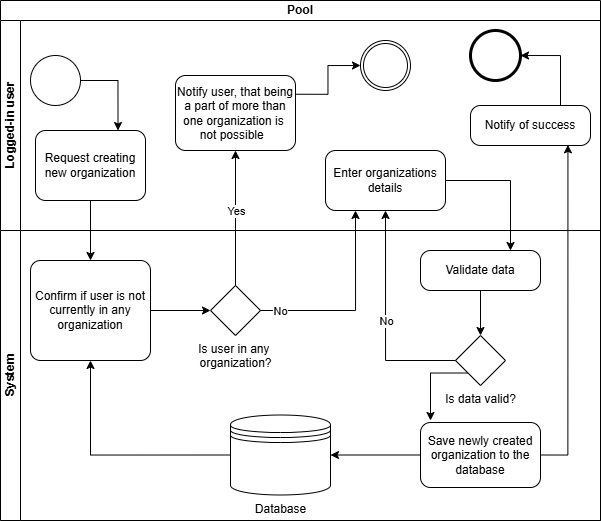
This is docs/pictures/create_organization_bpnm.drawio.png from DooMx3/Inzynierka, a draw.io export, as it was before one commit. Source tidied: cells renumbered, new cells last; positions are measured from the earlier drawing's top-left corner, leaving out a move shared by most shapes.
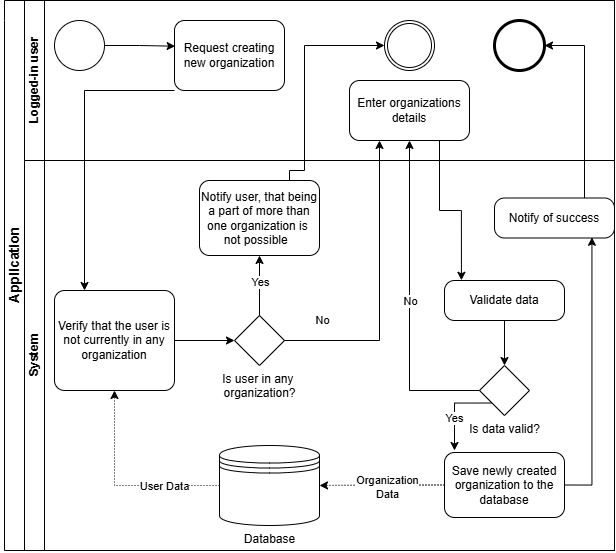
Later version of the same file.

Change to the diagram source:
```diff
@@ -2,83 +2,94 @@
   <root>
     <mxCell id="0" />
     <mxCell id="1" parent="0" />
-    <mxCell id="2" value="Pool" style="swimlane;html=1;horizontal=1;startSize=20;whiteSpace=wrap;" parent="1" vertex="1">
-      <mxGeometry width="600" height="520" as="geometry" />
+    <mxCell id="2" style="swimlane;html=1;horizontal=1;startSize=20;whiteSpace=wrap;" parent="1" vertex="1">
+      <mxGeometry width="590" height="570" as="geometry" />
     </mxCell>
     <mxCell id="3" value="Logged-in user" style="swimlane;html=1;startSize=20;horizontal=0;" parent="2" vertex="1">
-      <mxGeometry y="20" width="600" height="210" as="geometry" />
+      <mxGeometry y="20" width="590" height="160" as="geometry" />
     </mxCell>
-    <mxCell id="4" style="edgeStyle=orthogonalEdgeStyle;rounded=0;jettySize=auto;html=1;exitX=1;exitY=0.5;exitDx=0;exitDy=0;exitPerimeter=0;entryX=0.75;entryY=0;entryDx=0;entryDy=0;" parent="3" edge="1" source="5" target="7">
-      <mxGeometry relative="1" as="geometry" />
-    </mxCell>
     <mxCell id="5" style="points=[[0.145,0.145,0],[0.5,0,0],[0.855,0.145,0],[1,0.5,0],[0.855,0.855,0],[0.5,1,0],[0.145,0.855,0],[0,0.5,0]];shape=mxgraph.bpmn.event;html=1;verticalLabelPosition=bottom;labelBackgroundColor=#ffffff;verticalAlign=top;align=center;perimeter=ellipsePerimeter;outlineConnect=0;outline=standard;symbol=general;" parent="3" vertex="1">
-      <mxGeometry x="30" y="35" width="50" height="50" as="geometry" />
+      <mxGeometry x="30" y="20" width="50" height="50" as="geometry" />
     </mxCell>
     <mxCell id="6" style="points=[[0.145,0.145,0],[0.5,0,0],[0.855,0.145,0],[1,0.5,0],[0.855,0.855,0],[0.5,1,0],[0.145,0.855,0],[0,0.5,0]];shape=mxgraph.bpmn.event;html=1;verticalLabelPosition=bottom;labelBackgroundColor=#ffffff;verticalAlign=top;align=center;perimeter=ellipsePerimeter;outlineConnect=0;outline=end;symbol=terminate2;" parent="3" vertex="1">
-      <mxGeometry x="470" y="10" width="50" height="50" as="geometry" />
+      <mxGeometry x="470" y="20" width="50" height="50" as="geometry" />
     </mxCell>
     <mxCell id="7" value="Request creating new organization" style="rounded=1;whiteSpace=wrap;html=1;absoluteArcSize=1;arcSize=20;horizontal=1;" parent="3" vertex="1">
-      <mxGeometry x="35" y="110" width="110" height="70" as="geometry" />
+      <mxGeometry x="150" y="20" width="110" height="70" as="geometry" />
     </mxCell>
     <mxCell id="8" value="Enter organizations details" style="rounded=1;whiteSpace=wrap;html=1;absoluteArcSize=1;arcSize=20;horizontal=1;" parent="3" vertex="1">
-      <mxGeometry x="325" y="130" width="120" height="60" as="geometry" />
+      <mxGeometry x="325" y="80" width="120" height="60" as="geometry" />
     </mxCell>
     <mxCell id="9" style="points=[[0.145,0.145,0],[0.5,0,0],[0.855,0.145,0],[1,0.5,0],[0.855,0.855,0],[0.5,1,0],[0.145,0.855,0],[0,0.5,0]];shape=mxgraph.bpmn.event;html=1;verticalLabelPosition=bottom;labelBackgroundColor=#ffffff;verticalAlign=top;align=center;perimeter=ellipsePerimeter;outlineConnect=0;outline=throwing;symbol=general;" parent="3" vertex="1">
       <mxGeometry x="360" y="20" width="50" height="50" as="geometry" />
     </mxCell>
-    <mxCell id="10" value="Notify user, that being a part of more than one organization is&amp;nbsp; not possible&amp;nbsp;&amp;nbsp;" style="rounded=1;whiteSpace=wrap;html=1;absoluteArcSize=1;arcSize=20;horizontal=1;" parent="3" vertex="1">
-      <mxGeometry x="175" y="55" width="120" height="75" as="geometry" />
-    </mxCell>
-    <mxCell id="11" style="edgeStyle=orthogonalEdgeStyle;rounded=0;jettySize=auto;html=1;exitX=1;exitY=0.25;exitDx=0;exitDy=0;entryX=0;entryY=0.5;entryDx=0;entryDy=0;entryPerimeter=0;" parent="3" edge="1" source="10" target="9">
-      <mxGeometry relative="1" as="geometry" />
-    </mxCell>
-    <mxCell id="12" value="Notify of success" style="rounded=1;whiteSpace=wrap;html=1;absoluteArcSize=1;arcSize=20;horizontal=1;" parent="3" vertex="1">
-      <mxGeometry x="470" y="85" width="120" height="40" as="geometry" />
-    </mxCell>
-    <mxCell id="13" style="edgeStyle=orthogonalEdgeStyle;rounded=0;jettySize=auto;html=1;exitX=0.75;exitY=0;exitDx=0;exitDy=0;entryX=1;entryY=0.5;entryDx=0;entryDy=0;entryPerimeter=0;" parent="3" edge="1" source="12" target="6">
-      <mxGeometry relative="1" as="geometry" />
-    </mxCell>
+    <mxCell id="4" style="edgeStyle=orthogonalEdgeStyle;rounded=0;jettySize=auto;html=1;exitX=1;exitY=0.5;exitDx=0;exitDy=0;exitPerimeter=0;entryX=0.006;entryY=0.367;entryDx=0;entryDy=0;entryPerimeter=0;" parent="3" edge="1" source="5" target="7">
+      <mxGeometry relative="1" as="geometry" />
+    </mxCell>
     <mxCell id="14" value="System" style="swimlane;html=1;startSize=20;horizontal=0;" parent="2" vertex="1">
-      <mxGeometry y="230" width="600" height="290" as="geometry" />
+      <mxGeometry y="180" width="590" height="390" as="geometry" />
     </mxCell>
-    <mxCell id="15" value="Confirm if user is not currently in any organization" style="rounded=1;whiteSpace=wrap;html=1;absoluteArcSize=1;arcSize=20;horizontal=1;" parent="14" vertex="1">
-      <mxGeometry x="30" y="30" width="120" height="100" as="geometry" />
+    <mxCell id="15" value="Verify that the user is not currently in any organization" style="rounded=1;whiteSpace=wrap;html=1;absoluteArcSize=1;arcSize=20;horizontal=1;" parent="14" vertex="1">
+      <mxGeometry x="30" y="130" width="120" height="100" as="geometry" />
     </mxCell>
-    <mxCell id="16" style="edgeStyle=orthogonalEdgeStyle;rounded=0;jettySize=auto;html=1;exitX=0;exitY=0.5;exitDx=0;exitDy=0;entryX=0.5;entryY=1;entryDx=0;entryDy=0;" parent="14" edge="1" source="17" target="15">
+    <mxCell id="16" style="edgeStyle=orthogonalEdgeStyle;rounded=0;jettySize=auto;html=1;exitX=0;exitY=0.5;exitDx=0;exitDy=0;entryX=0.5;entryY=1;entryDx=0;entryDy=0;dashed=1;dashPattern=1 2;" parent="14" edge="1" source="17" target="15">
       <mxGeometry relative="1" as="geometry" />
     </mxCell>
+    <mxCell id="35" value="User Data" style="edgeLabel;html=1;align=center;verticalAlign=middle;" parent="16" vertex="1">
+      <mxGeometry x="-0.27" y="3" relative="1" as="geometry">
+        <mxPoint x="18" y="-3" as="offset" />
+      </mxGeometry>
+    </mxCell>
     <mxCell id="17" value="Database" style="shape=datastore;html=1;labelPosition=center;verticalLabelPosition=bottom;align=center;verticalAlign=top;" parent="14" vertex="1">
-      <mxGeometry x="230" y="184.5" width="100" height="80" as="geometry" />
+      <mxGeometry x="195" y="285" width="100" height="80" as="geometry" />
     </mxCell>
     <mxCell id="18" value="Is user in any&amp;nbsp;&lt;div&gt;organization?&lt;/div&gt;" style="points=[[0.25,0.25,0],[0.5,0,0],[0.75,0.25,0],[1,0.5,0],[0.75,0.75,0],[0.5,1,0],[0.25,0.75,0],[0,0.5,0]];shape=mxgraph.bpmn.gateway2;html=1;verticalLabelPosition=bottom;labelBackgroundColor=#ffffff;verticalAlign=top;align=center;perimeter=rhombusPerimeter;outlineConnect=0;outline=none;symbol=none;" parent="14" vertex="1">
-      <mxGeometry x="210" y="55" width="50" height="50" as="geometry" />
+      <mxGeometry x="210" y="155" width="50" height="50" as="geometry" />
     </mxCell>
     <mxCell id="19" style="edgeStyle=orthogonalEdgeStyle;rounded=0;jettySize=auto;html=1;exitX=1;exitY=0.5;exitDx=0;exitDy=0;entryX=0;entryY=0.5;entryDx=0;entryDy=0;entryPerimeter=0;" parent="14" edge="1" source="15" target="18">
       <mxGeometry relative="1" as="geometry" />
     </mxCell>
     <mxCell id="20" value="Validate data" style="rounded=1;whiteSpace=wrap;html=1;absoluteArcSize=1;arcSize=20;horizontal=1;" parent="14" vertex="1">
-      <mxGeometry x="420" y="20" width="120" height="40" as="geometry" />
+      <mxGeometry x="420" y="120" width="120" height="40" as="geometry" />
     </mxCell>
     <mxCell id="21" style="edgeStyle=orthogonalEdgeStyle;rounded=0;jettySize=auto;html=1;exitX=0.25;exitY=0.75;exitDx=0;exitDy=0;exitPerimeter=0;" parent="14" edge="1" source="22">
       <mxGeometry relative="1" as="geometry">
-        <mxPoint x="430" y="190" as="targetPoint" />
+        <mxPoint x="430" y="290" as="targetPoint" />
       </mxGeometry>
     </mxCell>
+    <mxCell id="36" value="Yes" style="edgeLabel;html=1;align=center;verticalAlign=middle;" parent="21" vertex="1">
+      <mxGeometry x="0.22" y="-1" relative="1" as="geometry" />
+    </mxCell>
     <mxCell id="22" value="Is data valid?" style="points=[[0.25,0.25,0],[0.5,0,0],[0.75,0.25,0],[1,0.5,0],[0.75,0.75,0],[0.5,1,0],[0.25,0.75,0],[0,0.5,0]];shape=mxgraph.bpmn.gateway2;html=1;verticalLabelPosition=bottom;labelBackgroundColor=#ffffff;verticalAlign=top;align=center;perimeter=rhombusPerimeter;outlineConnect=0;outline=none;symbol=none;" parent="14" vertex="1">
-      <mxGeometry x="455" y="105" width="50" height="50" as="geometry" />
+      <mxGeometry x="455" y="205" width="50" height="50" as="geometry" />
     </mxCell>
     <mxCell id="23" style="edgeStyle=orthogonalEdgeStyle;rounded=0;jettySize=auto;html=1;exitX=0.5;exitY=1;exitDx=0;exitDy=0;entryX=0.5;entryY=0;entryDx=0;entryDy=0;entryPerimeter=0;" parent="14" edge="1" source="20" target="22">
       <mxGeometry relative="1" as="geometry" />
     </mxCell>
-    <mxCell id="24" style="edgeStyle=orthogonalEdgeStyle;rounded=0;jettySize=auto;html=1;exitX=0;exitY=0.5;exitDx=0;exitDy=0;entryX=1;entryY=0.5;entryDx=0;entryDy=0;" parent="14" edge="1" source="25" target="17">
+    <mxCell id="24" style="edgeStyle=orthogonalEdgeStyle;rounded=0;jettySize=auto;html=1;exitX=0;exitY=0.5;exitDx=0;exitDy=0;entryX=1;entryY=0.5;entryDx=0;entryDy=0;dashed=1;dashPattern=1 2;" parent="14" edge="1" source="25" target="17">
       <mxGeometry relative="1" as="geometry" />
     </mxCell>
+    <mxCell id="37" value="Organization&lt;br&gt;Data" style="edgeLabel;html=1;align=center;verticalAlign=middle;" parent="24" vertex="1">
+      <mxGeometry x="-0.08" y="2" relative="1" as="geometry" />
+    </mxCell>
     <mxCell id="25" value="Save newly created organization to the database" style="rounded=1;whiteSpace=wrap;html=1;absoluteArcSize=1;arcSize=20;horizontal=1;" parent="14" vertex="1">
-      <mxGeometry x="420" y="192" width="120" height="65" as="geometry" />
+      <mxGeometry x="420" y="292" width="120" height="65" as="geometry" />
     </mxCell>
-    <mxCell id="26" style="edgeStyle=orthogonalEdgeStyle;rounded=0;jettySize=auto;html=1;exitX=0.5;exitY=1;exitDx=0;exitDy=0;entryX=0.5;entryY=0;entryDx=0;entryDy=0;" parent="2" edge="1" source="7" target="15">
-      <mxGeometry relative="1" as="geometry" />
-    </mxCell>
+    <mxCell id="10" value="Notify user, that being a part of more than one organization is&amp;nbsp; not possible&amp;nbsp;&amp;nbsp;" style="rounded=1;whiteSpace=wrap;html=1;absoluteArcSize=1;arcSize=20;horizontal=1;" parent="14" vertex="1">
+      <mxGeometry x="175" y="20" width="120" height="75" as="geometry" />
+    </mxCell>
+    <mxCell id="29" style="edgeStyle=orthogonalEdgeStyle;rounded=0;jettySize=auto;html=1;exitX=0.5;exitY=0;exitDx=0;exitDy=0;exitPerimeter=0;entryX=0.5;entryY=1;entryDx=0;entryDy=0;" parent="14" edge="1" source="18" target="10">
+      <mxGeometry relative="1" as="geometry" />
+    </mxCell>
+    <mxCell id="30" value="Yes" style="edgeLabel;html=1;align=center;verticalAlign=middle;" parent="29" vertex="1">
+      <mxGeometry x="0.11" relative="1" as="geometry" />
+    </mxCell>
+    <mxCell id="12" value="Notify of success" style="rounded=1;whiteSpace=wrap;html=1;absoluteArcSize=1;arcSize=20;horizontal=1;" parent="14" vertex="1">
+      <mxGeometry x="470" y="37.5" width="120" height="40" as="geometry" />
+    </mxCell>
+    <mxCell id="34" style="edgeStyle=orthogonalEdgeStyle;rounded=0;jettySize=auto;html=1;exitX=1;exitY=0.5;exitDx=0;exitDy=0;entryX=0.812;entryY=0.983;entryDx=0;entryDy=0;entryPerimeter=0;" parent="14" edge="1" source="25" target="12">
+      <mxGeometry relative="1" as="geometry" />
+    </mxCell>
     <mxCell id="27" style="edgeStyle=orthogonalEdgeStyle;rounded=0;jettySize=auto;html=1;exitX=1;exitY=0.5;exitDx=0;exitDy=0;exitPerimeter=0;entryX=0.25;entryY=1;entryDx=0;entryDy=0;" parent="2" edge="1" source="18" target="8">
       <mxGeometry relative="1" as="geometry" />
     </mxCell>
@@ -87,23 +98,38 @@
         <mxPoint x="-57" y="1" as="offset" />
       </mxGeometry>
     </mxCell>
-    <mxCell id="29" style="edgeStyle=orthogonalEdgeStyle;rounded=0;jettySize=auto;html=1;exitX=0.5;exitY=0;exitDx=0;exitDy=0;exitPerimeter=0;entryX=0.5;entryY=1;entryDx=0;entryDy=0;" parent="2" edge="1" source="18" target="10">
-      <mxGeometry relative="1" as="geometry" />
-    </mxCell>
-    <mxCell id="30" value="Yes" style="edgeLabel;html=1;align=center;verticalAlign=middle;" parent="29" vertex="1">
-      <mxGeometry x="0.11" relative="1" as="geometry" />
-    </mxCell>
-    <mxCell id="31" style="edgeStyle=orthogonalEdgeStyle;rounded=0;jettySize=auto;html=1;exitX=1;exitY=0.5;exitDx=0;exitDy=0;entryX=0.75;entryY=0;entryDx=0;entryDy=0;" parent="2" edge="1" source="8" target="20">
-      <mxGeometry relative="1" as="geometry" />
-    </mxCell>
     <mxCell id="32" style="edgeStyle=orthogonalEdgeStyle;rounded=0;jettySize=auto;html=1;exitX=0;exitY=0.5;exitDx=0;exitDy=0;exitPerimeter=0;entryX=0.5;entryY=1;entryDx=0;entryDy=0;" parent="2" edge="1" source="22" target="8">
       <mxGeometry relative="1" as="geometry" />
     </mxCell>
     <mxCell id="33" value="No" style="edgeLabel;html=1;align=center;verticalAlign=middle;" parent="32" vertex="1">
       <mxGeometry relative="1" as="geometry" />
     </mxCell>
-    <mxCell id="34" style="edgeStyle=orthogonalEdgeStyle;rounded=0;jettySize=auto;html=1;exitX=1;exitY=0.5;exitDx=0;exitDy=0;entryX=0.812;entryY=0.983;entryDx=0;entryDy=0;entryPerimeter=0;" parent="2" edge="1" source="25" target="12">
-      <mxGeometry relative="1" as="geometry" />
-    </mxCell>
+    <mxCell id="31" style="edgeStyle=orthogonalEdgeStyle;rounded=0;jettySize=auto;html=1;exitX=0.75;exitY=1;exitDx=0;exitDy=0;entryX=0.141;entryY=-0.005;entryDx=0;entryDy=0;entryPerimeter=0;" parent="2" edge="1" source="8" target="20">
+      <mxGeometry relative="1" as="geometry" />
+    </mxCell>
+    <mxCell id="26" style="edgeStyle=orthogonalEdgeStyle;rounded=0;jettySize=auto;html=1;exitX=0;exitY=1;exitDx=0;exitDy=0;entryX=0.25;entryY=0;entryDx=0;entryDy=0;" parent="2" edge="1" source="7" target="15">
+      <mxGeometry relative="1" as="geometry">
+        <Array as="points">
+          <mxPoint x="60" y="110" />
+        </Array>
+      </mxGeometry>
+    </mxCell>
+    <mxCell id="11" style="edgeStyle=orthogonalEdgeStyle;rounded=0;jettySize=auto;html=1;exitX=0.75;exitY=0;exitDx=0;exitDy=0;entryX=0;entryY=0.5;entryDx=0;entryDy=0;entryPerimeter=0;" parent="2" edge="1" source="10" target="9">
+      <mxGeometry relative="1" as="geometry">
+        <Array as="points">
+          <mxPoint x="280" y="190" />
+          <mxPoint x="280" y="65" />
+        </Array>
+      </mxGeometry>
+    </mxCell>
+    <mxCell id="13" style="edgeStyle=orthogonalEdgeStyle;rounded=0;jettySize=auto;html=1;exitX=0.75;exitY=0;exitDx=0;exitDy=0;entryX=1;entryY=0.5;entryDx=0;entryDy=0;entryPerimeter=0;" parent="2" edge="1" source="12" target="6">
+      <mxGeometry relative="1" as="geometry" />
+    </mxCell>
+    <mxCell id="38" style="swimlane;html=1;startSize=20;fontStyle=0;horizontal=1;swimlaneLine=0;fillColor=none;whiteSpace=wrap;" parent="1" vertex="1">
+      <mxGeometry x="-20" y="20" width="40" height="550" as="geometry" />
+    </mxCell>
+    <mxCell id="39" value="&lt;font style=&quot;font-size: 14px;&quot;&gt;&lt;b&gt;Application&lt;/b&gt;&lt;/font&gt;" style="text;html=1;whiteSpace=wrap;strokeColor=none;fillColor=none;align=center;verticalAlign=middle;rounded=0;rotation=-90;" parent="38" vertex="1">
+      <mxGeometry x="-20" y="250" width="60" height="30" as="geometry" />
+    </mxCell>
   </root>
 </mxGraphModel>
```
